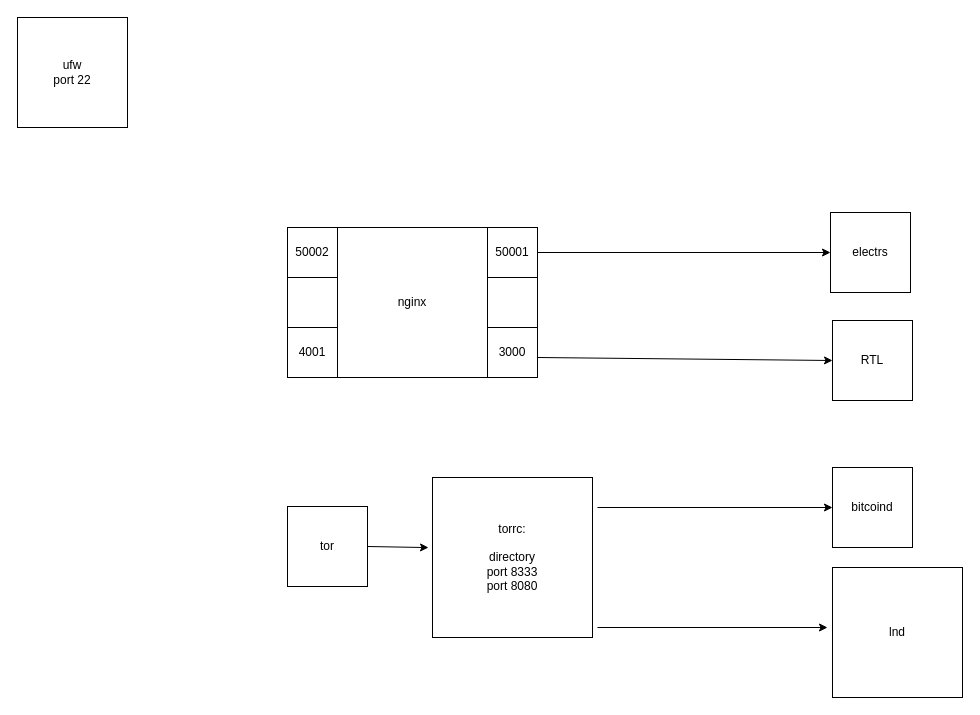
Above: sch1/Diagramma senza titolo.drawio in Atzek74/schemi (draw.io), before the change. Source tidied: cells renumbered, new cells numbered last; positions are measured from the earlier drawing's top-left corner, leaving out a move shared by most shapes. Both pictures are drawn from the tidied source at 100%, with x=0, y=0 at pixel (17, 17).
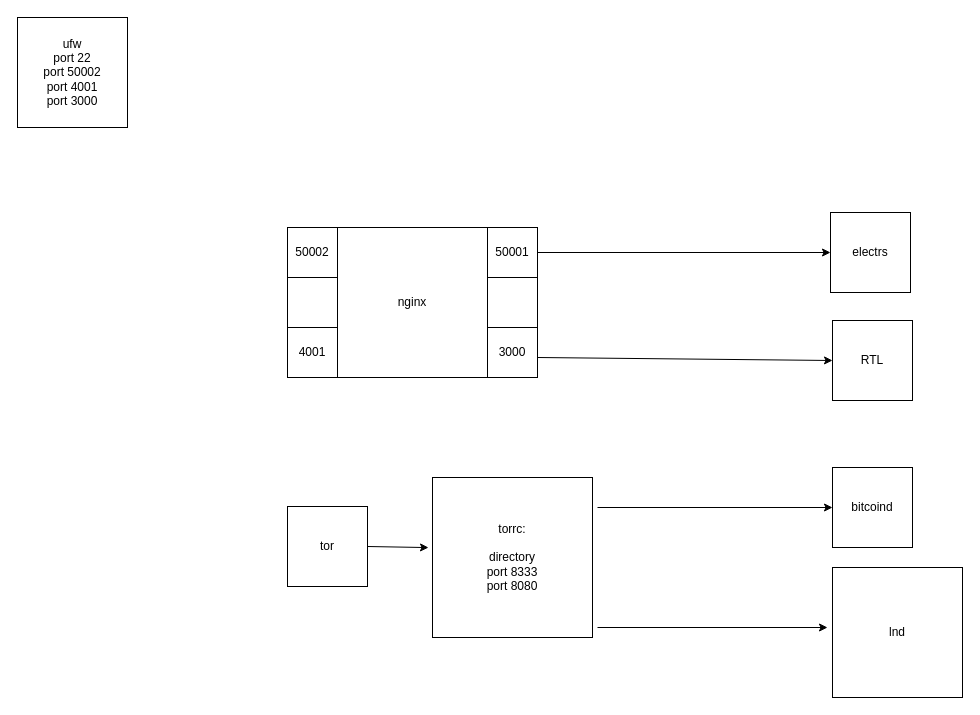
The same diagram, later.

Change to the diagram source:
```diff
@@
-    <mxCell id="20" value="ufw&lt;br&gt;port 22" style="whiteSpace=wrap;html=1;" parent="1" vertex="1">
+    <mxCell id="20" value="ufw&lt;br&gt;port 22&lt;br&gt;port 50002&lt;br&gt;port 4001&lt;br&gt;port 3000" style="whiteSpace=wrap;html=1;" parent="1" vertex="1">
       <mxGeometry width="110" height="110" as="geometry" />
     </mxCell>
```
